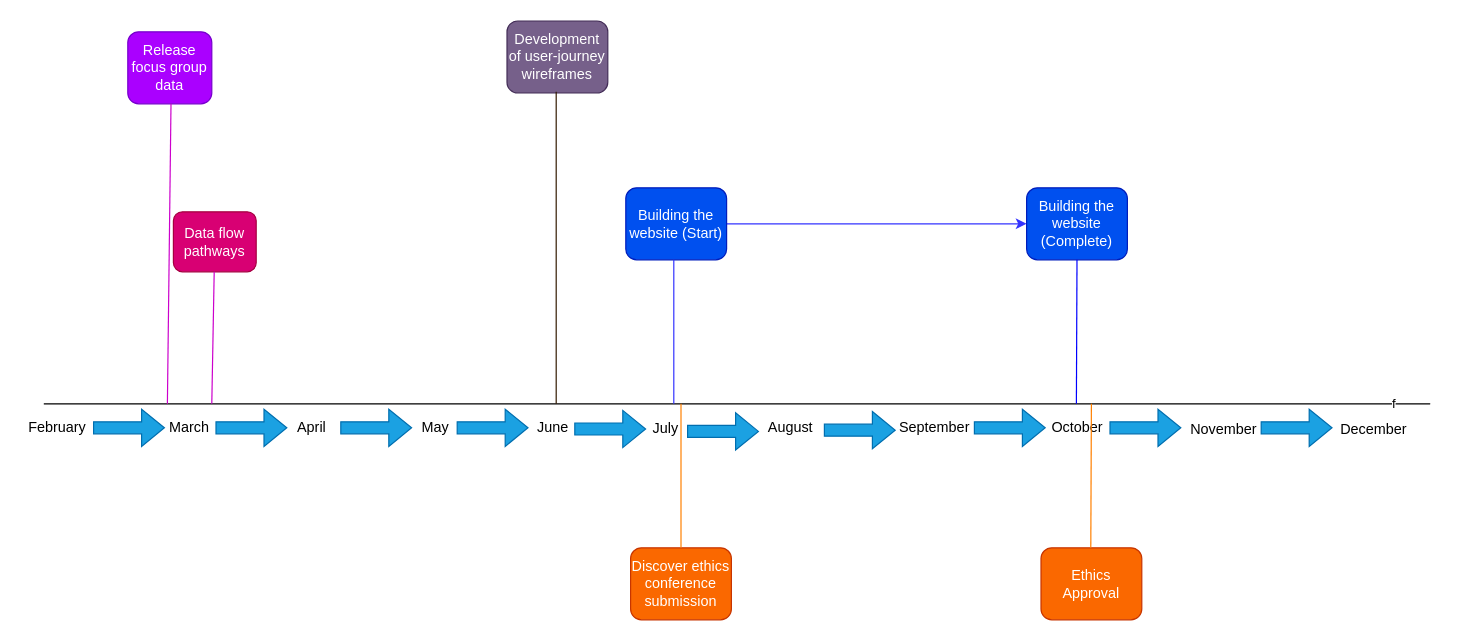
Before: project-management/Copy of Demo Timeline.drawio in alan-turing-institute/AutisticaCitizenScience, a draw.io diagram. Source tidied: cells renumbered, new cells numbered last; positions are measured from the earlier drawing's top-left corner, leaving out a move shared by most shapes. Both pictures are drawn from the tidied source at 120%, with x=0, y=0 at pixel (20, 20).
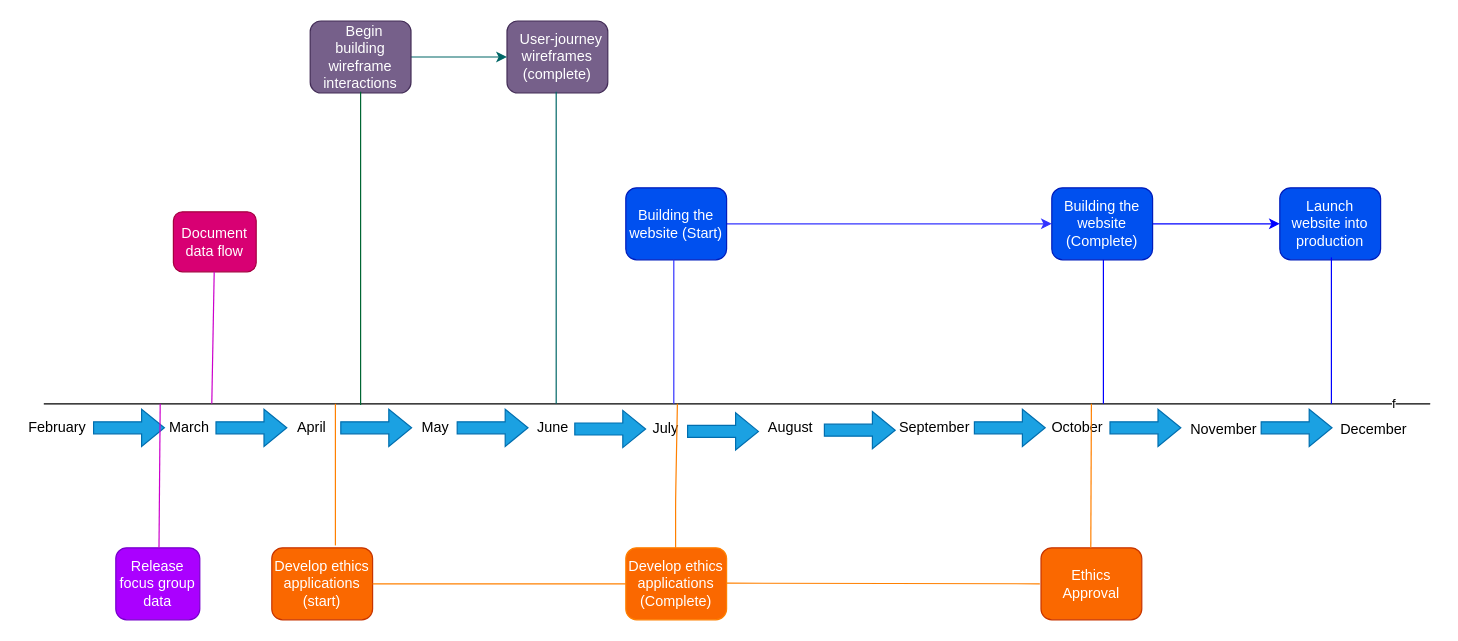
Above is the later version.

Change to the diagram source:
```diff
@@
     <mxCell id="24" value="Release focus group data" style="rounded=1;whiteSpace=wrap;html=1;fillColor=#aa00ff;strokeColor=#7700CC;fontColor=#ffffff;" parent="1" vertex="1">
-      <mxGeometry x="89" y="9" width="70" height="60" as="geometry" />
+      <mxGeometry x="79" y="439" width="70" height="60" as="geometry" />
     </mxCell>
     <mxCell id="25" style="endArrow=none;html=1;strokeColor=#CC00CC;" parent="1" edge="1">
       <mxGeometry relative="1" as="geometry">
-        <mxPoint x="122" y="319" as="sourcePoint" />
-        <mxPoint x="125" y="69" as="targetPoint" />
+        <mxPoint x="115" y="439" as="sourcePoint" />
+        <mxPoint x="116" y="319" as="targetPoint" />
       </mxGeometry>
     </mxCell>
-    <mxCell id="26" value="Data flow pathways" style="rounded=1;whiteSpace=wrap;html=1;fillColor=#d80073;strokeColor=#A50040;fontColor=#ffffff;" parent="1" vertex="1">
+    <mxCell id="26" value="Document data flow" style="rounded=1;whiteSpace=wrap;html=1;fillColor=#d80073;strokeColor=#A50040;fontColor=#ffffff;" parent="1" vertex="1">
       <mxGeometry x="127" y="159" width="69" height="50" as="geometry" />
     </mxCell>
@@
-    <mxCell id="28" value="Development of user-journey wireframes" style="rounded=1;whiteSpace=wrap;html=1;fillColor=#76608a;strokeColor=#432D57;fontColor=#ffffff;" parent="1" vertex="1">
+    <mxCell id="28" value="&amp;nbsp; User-journey wireframes (complete)" style="rounded=1;whiteSpace=wrap;html=1;fillColor=#76608a;strokeColor=#432D57;fontColor=#ffffff;" parent="1" vertex="1">
       <mxGeometry x="405" width="84" height="60" as="geometry" />
     </mxCell>
+    <mxCell id="39" style="edgeStyle=orthogonalEdgeStyle;rounded=0;jettySize=auto;html=1;strokeColor=#006666;" parent="1" edge="1" source="40" target="28">
+      <mxGeometry relative="1" as="geometry" />
+    </mxCell>
+    <mxCell id="40" value="&amp;nbsp; Begin building wireframe interactions" style="rounded=1;whiteSpace=wrap;html=1;fillColor=#76608a;strokeColor=#432D57;fontColor=#ffffff;" parent="1" vertex="1">
+      <mxGeometry x="241" width="84" height="60" as="geometry" />
+    </mxCell>
-    <mxCell id="29" style="endArrow=none;html=1;strokeColor=#331A00;fillColor=#d80073;" parent="1" edge="1">
+    <mxCell id="29" style="endArrow=none;html=1;strokeColor=#006666;fillColor=#d80073;" parent="1" edge="1">
       <mxGeometry relative="1" as="geometry">
         <mxPoint x="446" y="319" as="sourcePoint" />
         <mxPoint x="446" y="59" as="targetPoint" />
       </mxGeometry>
     </mxCell>
-    <mxCell id="30" value="Discover ethics conference submission" style="rounded=1;whiteSpace=wrap;html=1;fillColor=#fa6800;strokeColor=#C73500;fontColor=#ffffff;" parent="1" vertex="1">
-      <mxGeometry x="508" y="439" width="84" height="60" as="geometry" />
-    </mxCell>
+    <mxCell id="41" value="Develop ethics applications (start)" style="rounded=1;whiteSpace=wrap;html=1;fillColor=#fa6800;strokeColor=#C73500;fontColor=#ffffff;" parent="1" vertex="1">
+      <mxGeometry x="209" y="439" width="84" height="60" as="geometry" />
+    </mxCell>
+    <mxCell id="42" value="Develop ethics applications (Complete)" style="rounded=1;whiteSpace=wrap;html=1;fillColor=#fa6800;strokeColor=#FF8000;fontColor=#ffffff;" parent="1" vertex="1">
+      <mxGeometry x="504" y="439" width="84" height="60" as="geometry" />
+    </mxCell>
@@
-    <mxCell id="32" style="endArrow=none;html=1;strokeColor=#FF8000;exitX=0.5;exitY=0;exitDx=0;exitDy=0;" parent="1" edge="1" source="30">
-      <mxGeometry relative="1" as="geometry">
-        <mxPoint x="550" y="319" as="targetPoint" />
-      </mxGeometry>
-    </mxCell>
@@
+    <mxCell id="43" style="edgeStyle=orthogonalEdgeStyle;rounded=0;jettySize=auto;html=1;strokeColor=#0000FF;" parent="1" edge="1" source="35" target="44">
+      <mxGeometry relative="1" as="geometry" />
+    </mxCell>
     <mxCell id="35" value="Building the website (Complete)" style="rounded=1;whiteSpace=wrap;html=1;fillColor=#0050ef;strokeColor=#001DBC;fontColor=#ffffff;" parent="1" vertex="1">
-      <mxGeometry x="838" y="139" width="84" height="60" as="geometry" />
+      <mxGeometry x="859" y="139" width="84" height="60" as="geometry" />
     </mxCell>
+    <mxCell id="44" value="Launch website into production" style="rounded=1;whiteSpace=wrap;html=1;fillColor=#0050ef;strokeColor=#001DBC;fontColor=#ffffff;" parent="1" vertex="1">
+      <mxGeometry x="1049" y="139" width="84" height="60" as="geometry" />
+    </mxCell>
@@
-    <mxCell id="38" style="endArrow=none;html=1;strokeColor=#0000FF;entryX=0.5;entryY=1;entryDx=0;entryDy=0;" parent="1" edge="1" target="35">
+    <mxCell id="38" style="endArrow=none;html=1;strokeColor=#0000FF;entryX=0.5;entryY=1;entryDx=0;entryDy=0;" parent="1" edge="1">
       <mxGeometry relative="1" as="geometry">
-        <mxPoint x="879.5" y="319" as="sourcePoint" />
+        <mxPoint x="902" y="319" as="sourcePoint" />
+        <mxPoint x="902" y="199" as="targetPoint" />
       </mxGeometry>
     </mxCell>
+    <mxCell id="45" style="endArrow=none;html=1;strokeColor=#0000FF;" parent="1" edge="1">
+      <mxGeometry relative="1" as="geometry">
+        <mxPoint x="1092" y="319" as="sourcePoint" />
+        <mxPoint x="1092" y="197" as="targetPoint" />
+      </mxGeometry>
+    </mxCell>
+    <mxCell id="46" style="endArrow=none;html=1;strokeColor=#FF8000;exitX=0.631;exitY=-0.033;exitDx=0;exitDy=0;exitPerimeter=0;" parent="1" edge="1" source="41">
+      <mxGeometry relative="1" as="geometry">
+        <mxPoint x="262" y="319" as="targetPoint" />
+      </mxGeometry>
+    </mxCell>
+    <mxCell id="47" style="endArrow=none;html=1;strokeColor=#FF8000;entryX=0;entryY=0.5;entryDx=0;entryDy=0;exitX=1;exitY=0.5;exitDx=0;exitDy=0;" parent="1" edge="1" source="41" target="42">
+      <mxGeometry relative="1" as="geometry" />
+    </mxCell>
+    <mxCell id="48" style="endArrow=none;html=1;strokeColor=#006633;fillColor=#d80073;" parent="1" edge="1">
+      <mxGeometry relative="1" as="geometry">
+        <mxPoint x="283" y="320" as="sourcePoint" />
+        <mxPoint x="283" y="59" as="targetPoint" />
+      </mxGeometry>
+    </mxCell>
+    <mxCell id="49" style="endArrow=none;html=1;strokeColor=#FF8000;" parent="1" edge="1">
+      <mxGeometry relative="1" as="geometry">
+        <mxPoint x="588" y="468.5" as="sourcePoint" />
+        <mxPoint x="849" y="469" as="targetPoint" />
+      </mxGeometry>
+    </mxCell>
+    <mxCell id="50" style="endArrow=none;html=1;strokeColor=#FF8000;" parent="1" edge="1">
+      <mxGeometry relative="1" as="geometry">
+        <mxPoint x="545.5" y="439" as="sourcePoint" />
+        <mxPoint x="547" y="319" as="targetPoint" />
+        <Array as="points">
+          <mxPoint x="545.5" y="399" />
+        </Array>
+      </mxGeometry>
+    </mxCell>
```
